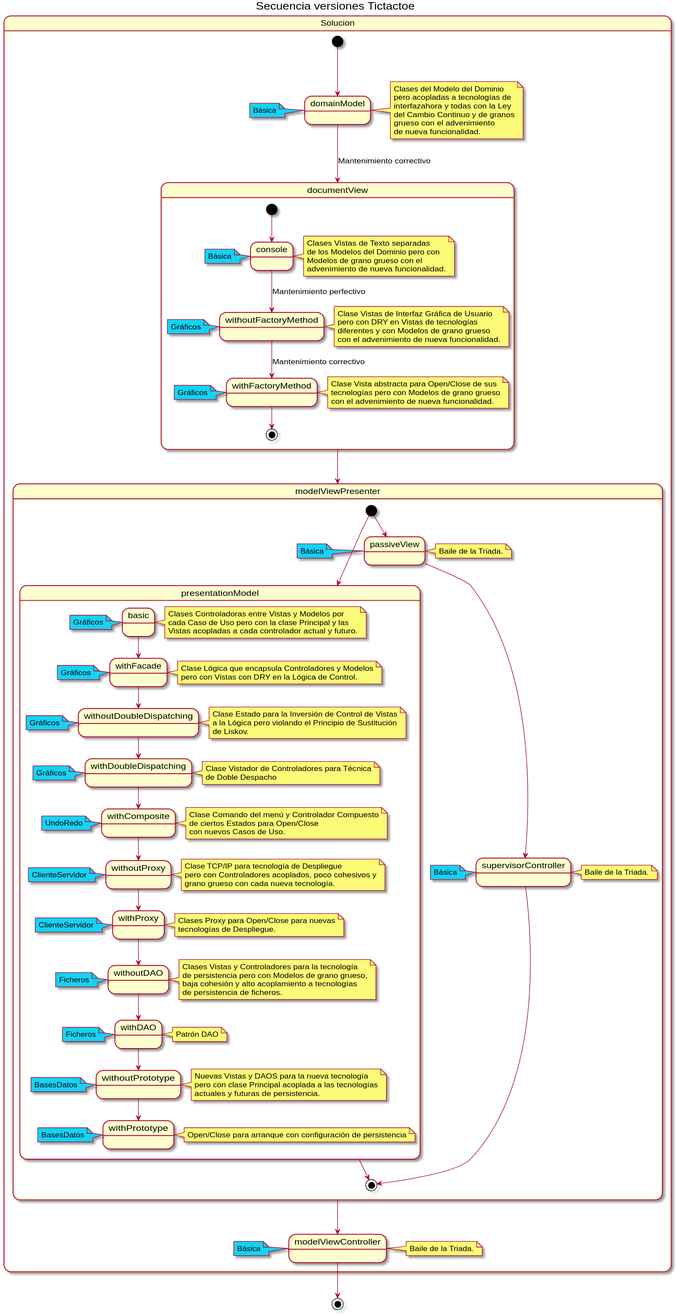
The PlantUML diagram docs/diagrams/out/TicTacToe/TicTacToe.svg in Jolucaa/USantaTecla-project-ticTacToe, before a commit.
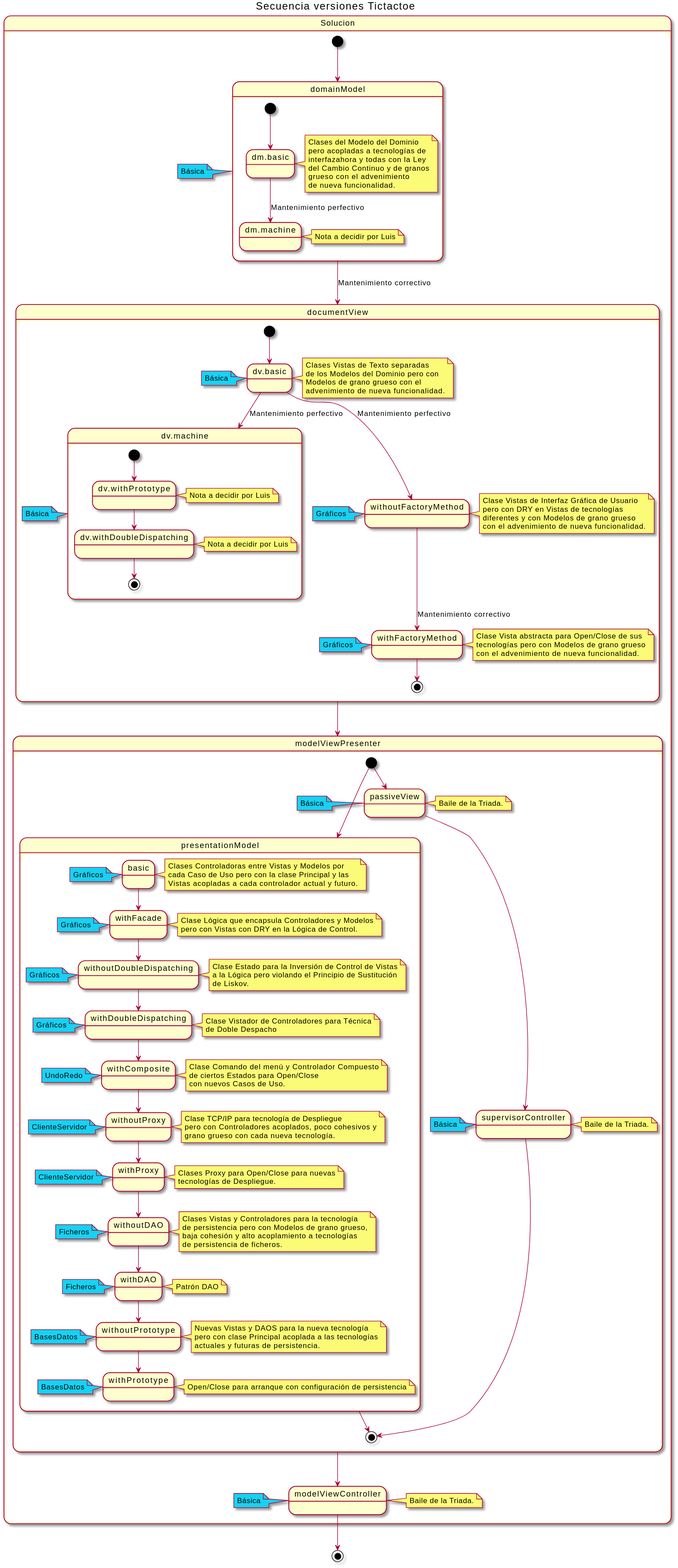
Later version of the same file.

Commit message:
Diagrama de versiones

Diff of the diagram source:
```diff
@@ -5,7 +5,7 @@
 [*] --> domainModel
 
 state domainModel
-note right: Clases del Modelo del Dominio\npero acopladas a tecnologías de\ninterfazahora y todas con la Ley\ndel Cambio Continuo y de granos\ngrueso con el advenimiento\nde nueva funcionalidad.
+
 state documentView
 state modelViewPresenter
  note left of modelViewController #15D2F3
@@ -16,15 +16,40 @@
  note left of domainModel #15D2F3
   Básica
 end note
+
+state domainModel{
+[*] --> dm.basic
+  state dm.basic
+note right: Clases del Modelo del Dominio\npero acopladas a tecnologías de\ninterfazahora y todas con la Ley\ndel Cambio Continuo y de granos\ngrueso con el advenimiento\nde nueva funcionalidad.
+  state dm.machine
+note right: Nota a decidir por Luis
+
+dm.basic --> dm.machine:Mantenimiento perfectivo
+}
 domainModel --> documentView:Mantenimiento correctivo
 
 state documentView {
-[*] --> console
- note left of console #15D2F3
+[*] --> dv.basic
+ note left of dv.basic #15D2F3
   Básica
 end note
-  state console
+  state dv.basic
   note right: Clases Vistas de Texto separadas\nde los Modelos del Dominio pero con\nModelos de grano grueso con el\nadvenimiento de nueva funcionalidad.
+
+state dv.machine{
+[*] --> dv.withPrototype
+  state dv.withPrototype
+note right: Nota a decidir por Luis
+  state dv.withDoubleDispatching
+note right: Nota a decidir por Luis
+
+dv.withPrototype --> dv.withDoubleDispatching
+dv.withDoubleDispatching-->[*]
+}
+
+note left of dv.machine #15D2F3
+  Básica
+end note
 
    note left of withoutFactoryMethod #15D2F3
   Gráficos
@@ -38,7 +63,8 @@
   state withFactoryMethod
   note right: Clase Vista abstracta para Open/Close de sus\ntecnologías pero con Modelos de grano grueso\ncon el advenimiento de nueva funcionalidad.
 
-  console --> withoutFactoryMethod:Mantenimiento perfectivo
+  dv.basic --> dv.machine:Mantenimiento perfectivo
+  dv.basic --> withoutFactoryMethod:Mantenimiento perfectivo
   withoutFactoryMethod --> withFactoryMethod:Mantenimiento correctivo
   withFactoryMethod-->[*]
 }
```
